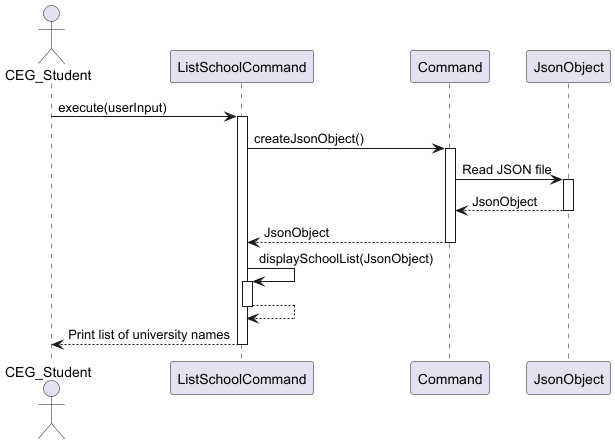
Before: uml-images/ListSchoolsCommand.png, a diagram exported from PlantUML (nus-cs2113-AY2425S1/tp).
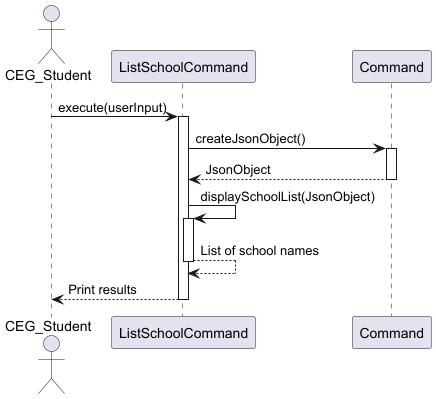
Above is the later version.

Diff of the diagram source:
```diff
@@ -2,7 +2,6 @@
 actor CEG_Student
 participant ListSchoolCommand
 participant Command
-participant JsonObject
 
 CEG_Student -> ListSchoolCommand: execute(userInput)
 activate ListSchoolCommand
@@ -10,22 +9,16 @@
 ListSchoolCommand -> Command: createJsonObject()
 activate Command
 
-Command -> JsonObject: Read JSON file
-activate JsonObject
-
-JsonObject --> Command: JsonObject
-deactivate JsonObject
-
 Command --> ListSchoolCommand: JsonObject
 deactivate Command
 
 ListSchoolCommand -> ListSchoolCommand: displaySchoolList(JsonObject)
 activate ListSchoolCommand
 
-ListSchoolCommand --> ListSchoolCommand
+ListSchoolCommand --> ListSchoolCommand: List of school names
 deactivate ListSchoolCommand
 
 
-ListSchoolCommand --> CEG_Student: Print list of university names
+ListSchoolCommand --> CEG_Student: Print results
 deactivate ListSchoolCommand
 @enduml
```
